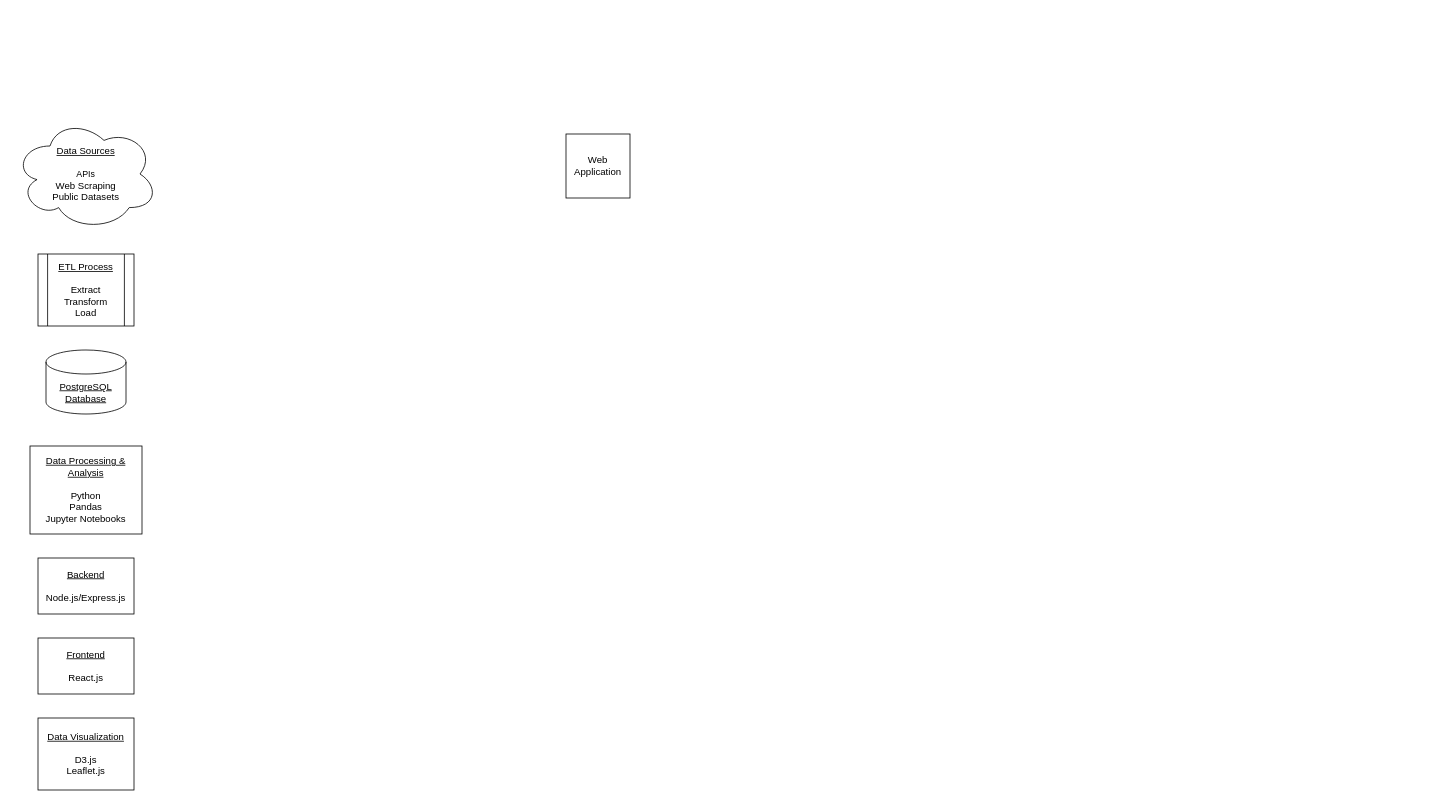
The draw.io diagram Untitled Diagram.drawio in alexandersevert/charge-map-analytics, before the edit. Source tidied: cells renumbered, new cells numbered last; positions are measured from the earlier drawing's top-left corner, leaving out a move shared by most shapes. Both pictures are drawn from the tidied source at 80%, with x=0, y=0 at pixel (14, 118).
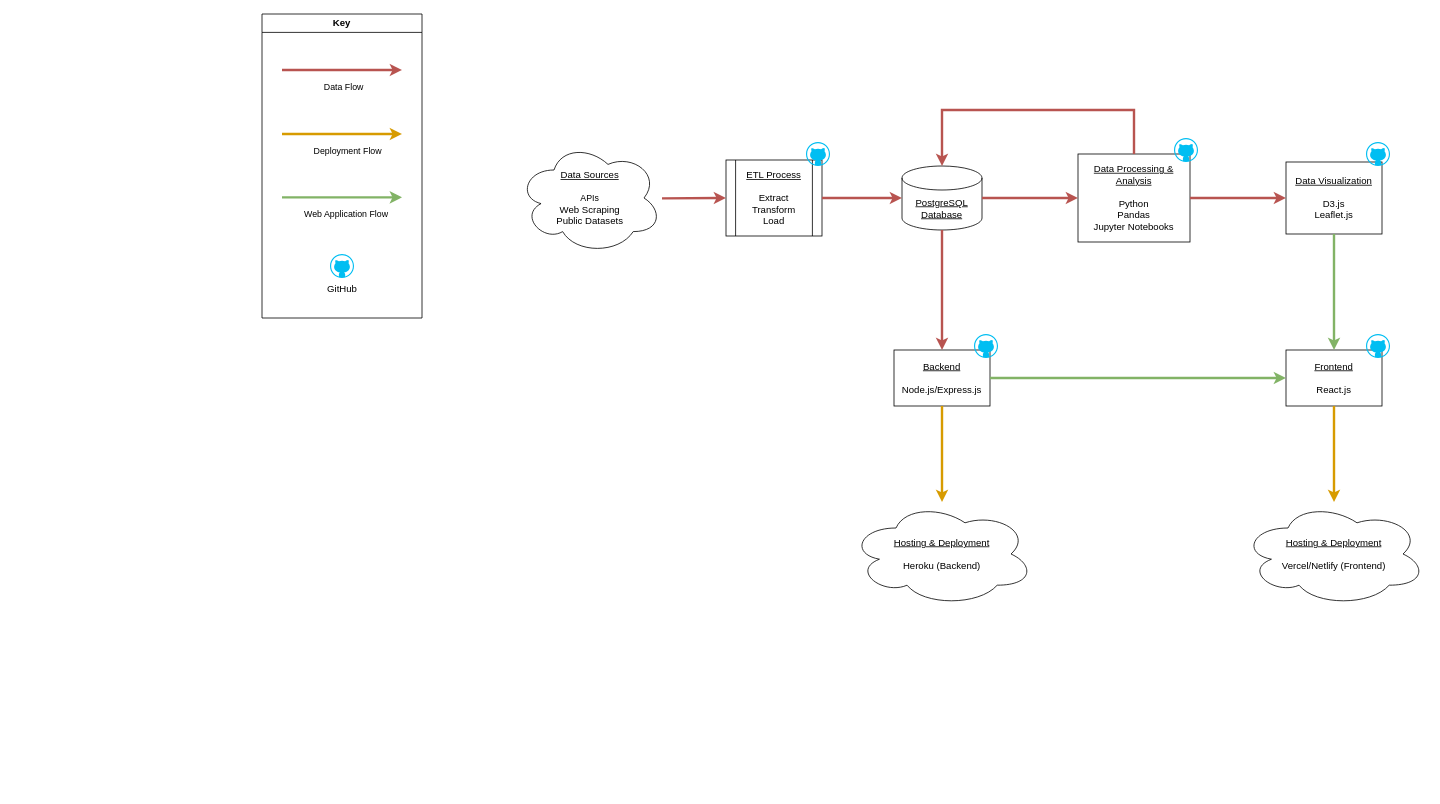
Above is the later version.

Change to the diagram source:
```diff
@@
-    <mxCell id="2" value="Web Application" style="whiteSpace=wrap;html=1;" parent="1" vertex="1">
-      <mxGeometry x="690" y="20" width="80" height="80" as="geometry" />
-    </mxCell>
     <mxCell id="3" value="&lt;u&gt;Data Sources&lt;br&gt;&lt;br&gt;&lt;/u&gt;&lt;span style=&quot;font-size: 11px;&quot;&gt;APIs&lt;/span&gt;&lt;br&gt;Web Scraping&lt;br&gt;Public Datasets" style="ellipse;shape=cloud;whiteSpace=wrap;html=1;" parent="1" vertex="1">
-      <mxGeometry width="180" height="140" as="geometry" />
+      <mxGeometry x="630" y="30" width="180" height="140" as="geometry" />
     </mxCell>
     <mxCell id="4" value="&lt;u&gt;ETL Process&lt;/u&gt;&lt;br&gt;&lt;br&gt;Extract&lt;br&gt;Transform&lt;br&gt;Load" style="shape=process;whiteSpace=wrap;html=1;backgroundOutline=1;" parent="1" vertex="1">
-      <mxGeometry x="30" y="170" width="120" height="90" as="geometry" />
+      <mxGeometry x="890" y="52.5" width="120" height="95" as="geometry" />
     </mxCell>
     <mxCell id="5" value="&lt;u&gt;PostgreSQL&lt;br&gt;Database&lt;/u&gt;" style="shape=cylinder3;whiteSpace=wrap;html=1;boundedLbl=1;backgroundOutline=1;size=15;" parent="1" vertex="1">
-      <mxGeometry x="40" y="290" width="100" height="80" as="geometry" />
+      <mxGeometry x="1110" y="60" width="100" height="80" as="geometry" />
     </mxCell>
     <mxCell id="6" value="&lt;u&gt;Data Processing &amp;amp; Analysis&lt;/u&gt;&lt;br&gt;&lt;br&gt;Python&lt;br&gt;Pandas&lt;br&gt;Jupyter Notebooks" style="rounded=0;whiteSpace=wrap;html=1;" parent="1" vertex="1">
-      <mxGeometry x="20" y="410" width="140" height="110" as="geometry" />
+      <mxGeometry x="1330" y="45" width="140" height="110" as="geometry" />
     </mxCell>
     <mxCell id="7" value="&lt;u&gt;Backend&lt;br&gt;&lt;/u&gt;&amp;nbsp;&lt;br&gt;Node.js/Express.js" style="rounded=0;whiteSpace=wrap;html=1;" parent="1" vertex="1">
-      <mxGeometry x="30" y="550" width="120" height="70" as="geometry" />
+      <mxGeometry x="1100" y="290" width="120" height="70" as="geometry" />
     </mxCell>
     <mxCell id="8" value="&lt;u&gt;Frontend&lt;/u&gt;&lt;br&gt;&lt;br&gt;React.js" style="rounded=0;whiteSpace=wrap;html=1;" parent="1" vertex="1">
-      <mxGeometry x="30" y="650" width="120" height="70" as="geometry" />
+      <mxGeometry x="1590" y="290" width="120" height="70" as="geometry" />
     </mxCell>
     <mxCell id="9" value="&lt;u&gt;Data Visualization&lt;br&gt;&lt;/u&gt;&lt;br&gt;D3.js&lt;br&gt;Leaflet.js" style="rounded=0;whiteSpace=wrap;html=1;" parent="1" vertex="1">
-      <mxGeometry x="30" y="750" width="120" height="90" as="geometry" />
+      <mxGeometry x="1590" y="55" width="120" height="90" as="geometry" />
     </mxCell>
+    <mxCell id="10" value="&lt;u&gt;Hosting &amp;amp; Deployment&lt;/u&gt;&lt;br&gt;&lt;br&gt;Vercel/Netlify (Frontend)" style="ellipse;shape=cloud;whiteSpace=wrap;html=1;" parent="1" vertex="1">
+      <mxGeometry x="1535" y="480" width="230" height="130" as="geometry" />
+    </mxCell>
+    <mxCell id="11" value="&lt;u&gt;Hosting &amp;amp; Deployment&lt;/u&gt;&lt;br&gt;&lt;br&gt;Heroku (Backend)" style="ellipse;shape=cloud;whiteSpace=wrap;html=1;" parent="1" vertex="1">
+      <mxGeometry x="1045" y="480" width="230" height="130" as="geometry" />
+    </mxCell>
+    <mxCell id="12" style="endArrow=classic;html=1;rounded=0;fillColor=#f8cecc;strokeColor=#b85450;strokeWidth=3;" parent="1" edge="1" source="3" target="4">
+      <mxGeometry relative="1" as="geometry" />
+    </mxCell>
+    <mxCell id="13" style="endArrow=classic;html=1;rounded=0;fillColor=#f8cecc;strokeColor=#b85450;strokeWidth=3;" parent="1" edge="1" source="4" target="5">
+      <mxGeometry relative="1" as="geometry" />
+    </mxCell>
+    <mxCell id="14" style="endArrow=classic;html=1;rounded=0;fillColor=#f8cecc;strokeColor=#b85450;strokeWidth=3;" parent="1" edge="1" source="5" target="6">
+      <mxGeometry relative="1" as="geometry" />
+    </mxCell>
+    <mxCell id="15" style="endArrow=classic;html=1;rounded=0;fillColor=#f8cecc;strokeColor=#b85450;strokeWidth=3;" parent="1" edge="1" source="5" target="7">
+      <mxGeometry relative="1" as="geometry" />
+    </mxCell>
+    <mxCell id="16" style="edgeStyle=orthogonalEdgeStyle;rounded=0;jettySize=auto;html=1;fillColor=#f8cecc;strokeColor=#b85450;strokeWidth=3;" parent="1" edge="1" source="6" target="5">
+      <mxGeometry relative="1" as="geometry">
+        <Array as="points">
+          <mxPoint x="1400" y="-10" />
+          <mxPoint x="1160" y="-10" />
+        </Array>
+      </mxGeometry>
+    </mxCell>
+    <mxCell id="17" style="endArrow=classic;html=1;rounded=0;fillColor=#f8cecc;strokeColor=#b85450;strokeWidth=3;" parent="1" edge="1" source="6" target="9">
+      <mxGeometry relative="1" as="geometry" />
+    </mxCell>
+    <mxCell id="18" style="endArrow=classic;html=1;rounded=0;fillColor=#d5e8d4;strokeColor=#82b366;strokeWidth=3;" parent="1" edge="1" source="7" target="8">
+      <mxGeometry relative="1" as="geometry" />
+    </mxCell>
+    <mxCell id="19" style="endArrow=classic;html=1;rounded=0;fillColor=#d5e8d4;strokeColor=#82b366;strokeWidth=3;" parent="1" edge="1" source="9" target="8">
+      <mxGeometry relative="1" as="geometry" />
+    </mxCell>
+    <mxCell id="20" style="endArrow=classic;html=1;rounded=0;strokeWidth=3;fillColor=#ffe6cc;strokeColor=#d79b00;" parent="1" edge="1" source="8" target="10">
+      <mxGeometry relative="1" as="geometry" />
+    </mxCell>
+    <mxCell id="21" style="endArrow=classic;html=1;rounded=0;fillColor=#ffe6cc;strokeColor=#d79b00;strokeWidth=3;" parent="1" edge="1" source="7" target="11">
+      <mxGeometry relative="1" as="geometry" />
+    </mxCell>
+    <mxCell id="22" style="verticalLabelPosition=bottom;html=1;verticalAlign=top;align=center;strokeColor=none;fillColor=#00BEF2;shape=mxgraph.azure.github_code;" parent="1" vertex="1">
+      <mxGeometry x="1450" y="25" width="30" height="30" as="geometry" />
+    </mxCell>
+    <mxCell id="23" style="verticalLabelPosition=bottom;html=1;verticalAlign=top;align=center;strokeColor=none;fillColor=#00BEF2;shape=mxgraph.azure.github_code;" parent="1" vertex="1">
+      <mxGeometry x="1690" y="270" width="30" height="30" as="geometry" />
+    </mxCell>
+    <mxCell id="24" style="verticalLabelPosition=bottom;html=1;verticalAlign=top;align=center;strokeColor=none;fillColor=#00BEF2;shape=mxgraph.azure.github_code;" parent="1" vertex="1">
+      <mxGeometry x="1200" y="270" width="30" height="30" as="geometry" />
+    </mxCell>
+    <mxCell id="25" style="verticalLabelPosition=bottom;html=1;verticalAlign=top;align=center;strokeColor=none;fillColor=#00BEF2;shape=mxgraph.azure.github_code;" parent="1" vertex="1">
+      <mxGeometry x="990" y="30" width="30" height="30" as="geometry" />
+    </mxCell>
+    <mxCell id="26" value="Key" style="swimlane;whiteSpace=wrap;html=1;" parent="1" vertex="1">
+      <mxGeometry x="310" y="-130" width="200" height="380" as="geometry" />
+    </mxCell>
+    <mxCell id="27" style="endArrow=classic;html=1;rounded=0;fillColor=#ffe6cc;strokeColor=#d79b00;strokeWidth=3;" parent="26" edge="1">
+      <mxGeometry relative="1" as="geometry">
+        <mxPoint x="25" y="150" as="sourcePoint" />
+        <mxPoint x="175" y="150" as="targetPoint" />
+      </mxGeometry>
+    </mxCell>
+    <mxCell id="28" value="Deployment Flow" style="edgeLabel;html=1;align=center;verticalAlign=middle;" parent="27" vertex="1">
+      <mxGeometry x="0.05" y="-4" relative="1" as="geometry">
+        <mxPoint x="2" y="16" as="offset" />
+      </mxGeometry>
+    </mxCell>
+    <mxCell id="29" style="endArrow=classic;html=1;rounded=0;fillColor=#f8cecc;strokeColor=#b85450;strokeWidth=3;" parent="26" edge="1">
+      <mxGeometry relative="1" as="geometry">
+        <mxPoint x="25" y="70" as="sourcePoint" />
+        <mxPoint x="175" y="70" as="targetPoint" />
+      </mxGeometry>
+    </mxCell>
+    <mxCell id="30" value="Data Flow" style="edgeLabel;html=1;align=center;verticalAlign=middle;" parent="29" vertex="1">
+      <mxGeometry x="0.05" y="-4" relative="1" as="geometry">
+        <mxPoint x="-3" y="16" as="offset" />
+      </mxGeometry>
+    </mxCell>
+    <mxCell id="31" style="endArrow=classic;html=1;rounded=0;fillColor=#d5e8d4;strokeColor=#82b366;strokeWidth=3;" parent="26" edge="1">
+      <mxGeometry relative="1" as="geometry">
+        <mxPoint x="25" y="229.2" as="sourcePoint" />
+        <mxPoint x="175" y="229.2" as="targetPoint" />
+      </mxGeometry>
+    </mxCell>
+    <mxCell id="32" value="Web Application Flow" style="edgeLabel;html=1;align=center;verticalAlign=middle;" parent="31" vertex="1">
+      <mxGeometry x="0.05" y="-4" relative="1" as="geometry">
+        <mxPoint y="16" as="offset" />
+      </mxGeometry>
+    </mxCell>
+    <mxCell id="33" value="GitHub" style="verticalLabelPosition=bottom;html=1;verticalAlign=top;align=center;strokeColor=none;fillColor=#00BEF2;shape=mxgraph.azure.github_code;" parent="26" vertex="1">
+      <mxGeometry x="85" y="300" width="30" height="30" as="geometry" />
+    </mxCell>
+    <mxCell id="34" style="verticalLabelPosition=bottom;html=1;verticalAlign=top;align=center;strokeColor=none;fillColor=#00BEF2;shape=mxgraph.azure.github_code;" parent="1" vertex="1">
+      <mxGeometry x="1690" y="30" width="30" height="30" as="geometry" />
+    </mxCell>
```
